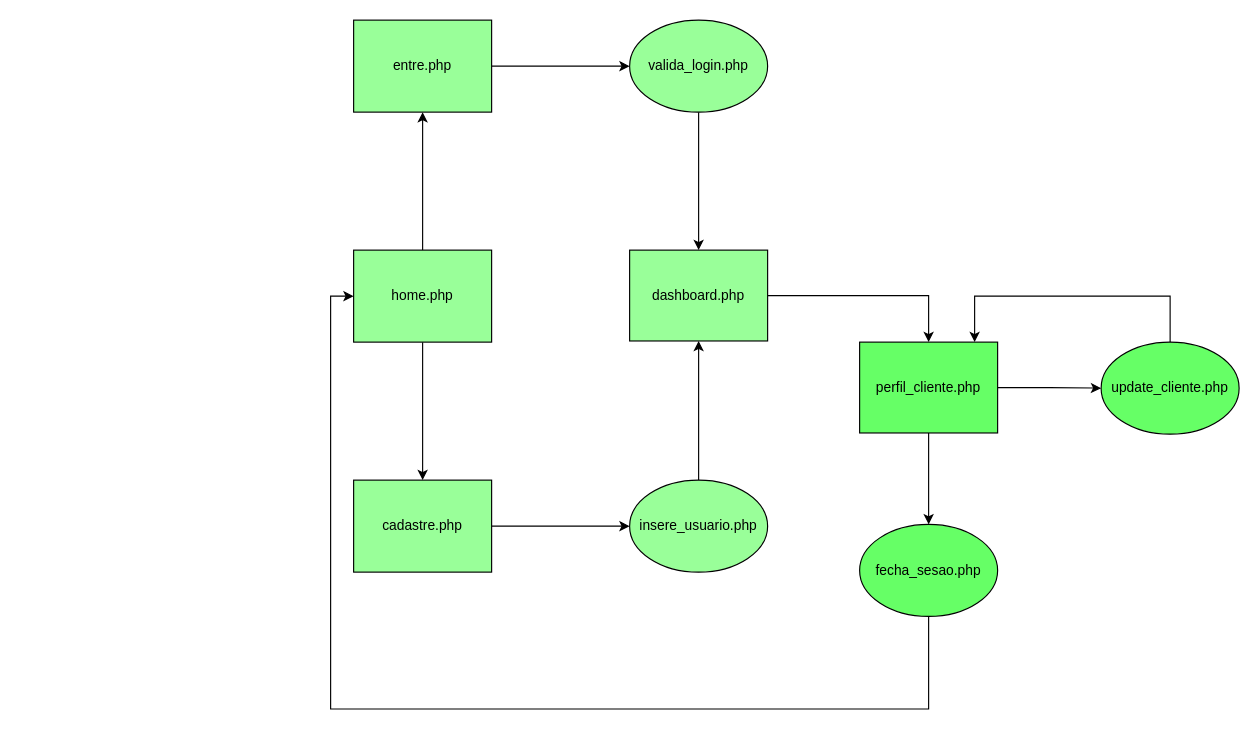
Estevaoferreira/tcc keeps this draw.io diagram as page "Cliente" (1 of 3) of diagramas/TCC - fluxo da aplicação.drawio. Above is the earlier version. Source tidied: cells renumbered, new cells numbered last; positions are measured from the earlier drawing's top-left corner, leaving out a move shared by most shapes. Both pictures are drawn from the tidied source at 115%, with x=0, y=0 at pixel (330, 20).
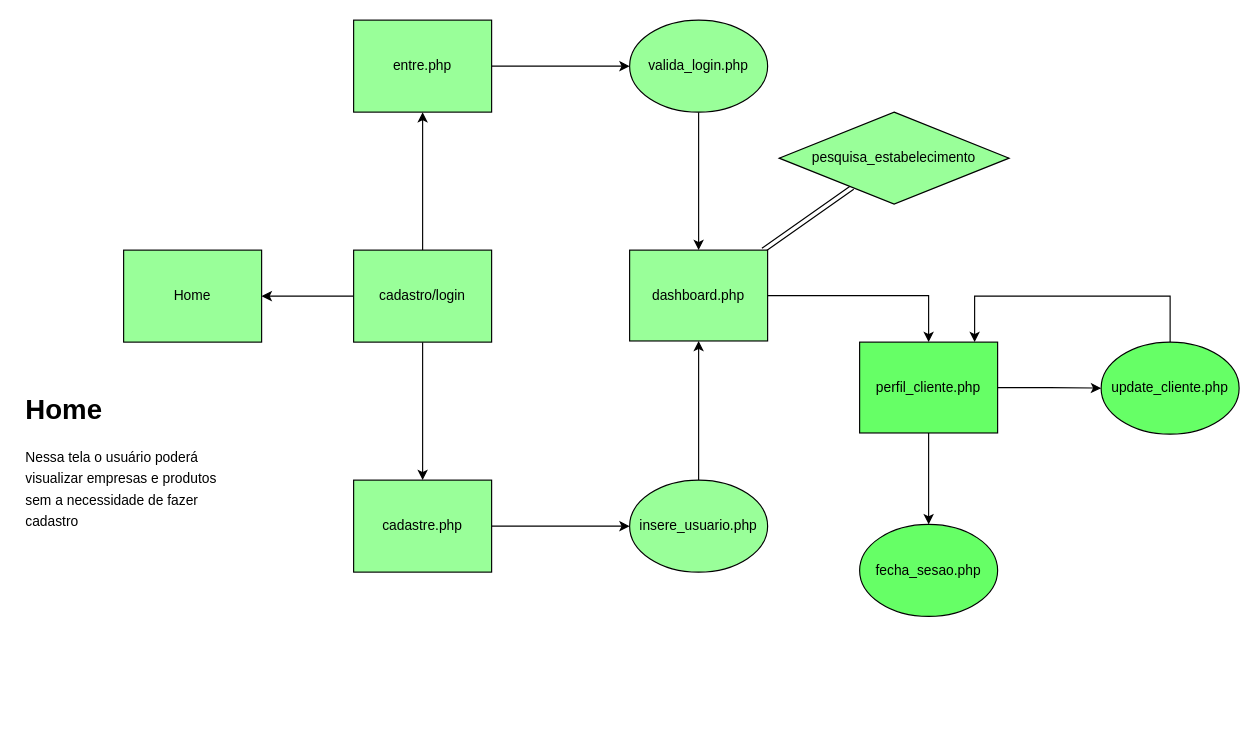
The same diagram, later.

The change refers to these unchanged cells:
```xml
<mxCell id="14" value="dashboard.php" style="whiteSpace=wrap;html=1;rounded=0;fillColor=#99FF99;" parent="1" vertex="1">
  <mxGeometry x="260" y="200" width="120" height="79" as="geometry" />
</mxCell>
<mxCell id="19" value="fecha_sesao.php" style="ellipse;whiteSpace=wrap;html=1;fillColor=#66FF66;rounded=0;" parent="1" vertex="1">
  <mxGeometry x="460" y="438.5" width="120" height="80" as="geometry" />
</mxCell>
```

Change to the diagram source:
```diff
@@
+    <mxCell id="22" style="edgeStyle=orthogonalEdgeStyle;rounded=0;jettySize=auto;html=1;" parent="1" edge="1" source="4" target="25">
+      <mxGeometry relative="1" as="geometry" />
+    </mxCell>
-    <mxCell id="4" value="home.php" style="rounded=0;whiteSpace=wrap;html=1;fillColor=#99FF99;" parent="1" vertex="1">
+    <mxCell id="4" value="cadastro/login" style="rounded=0;whiteSpace=wrap;html=1;fillColor=#99FF99;" parent="1" vertex="1">
       <mxGeometry x="20" y="200" width="120" height="80" as="geometry" />
     </mxCell>
@@
+    <mxCell id="23" style="rounded=0;jettySize=auto;html=1;shape=link;" parent="1" edge="1" source="14" target="24">
+      <mxGeometry relative="1" as="geometry" />
+    </mxCell>
@@
-    <mxCell id="18" style="edgeStyle=orthogonalEdgeStyle;rounded=0;jettySize=auto;html=1;entryX=0;entryY=0.5;entryDx=0;entryDy=0;" parent="1" edge="1" source="19" target="4">
-      <mxGeometry relative="1" as="geometry">
-        <Array as="points">
-          <mxPoint x="520" y="599" />
-          <mxPoint y="599" />
-          <mxPoint y="240" />
-        </Array>
-      </mxGeometry>
-    </mxCell>
@@
+    <mxCell id="24" value="pesquisa_estabelecimento" style="rhombus;whiteSpace=wrap;html=1;fillColor=#99FF99;rounded=0;" parent="1" vertex="1">
+      <mxGeometry x="390" y="80" width="200" height="80" as="geometry" />
+    </mxCell>
+    <mxCell id="25" value="Home" style="rounded=0;whiteSpace=wrap;html=1;fillColor=#99FF99;" parent="1" vertex="1">
+      <mxGeometry x="-180" y="200" width="120" height="80" as="geometry" />
+    </mxCell>
+    <mxCell id="26" value="&lt;h1&gt;&lt;span style=&quot;background-color: initial;&quot;&gt;Home&lt;/span&gt;&lt;/h1&gt;&lt;h1 style=&quot;line-height: 60%;&quot;&gt;&lt;span style=&quot;background-color: initial; font-size: 12px; font-weight: normal;&quot;&gt;Nessa tela o usuário poderá visualizar empresas e produtos sem a necessidade de fazer cadastro&lt;/span&gt;&lt;br&gt;&lt;/h1&gt;" style="text;html=1;strokeColor=none;fillColor=none;spacing=5;spacingTop=-20;whiteSpace=wrap;overflow=hidden;rounded=0;" parent="1" vertex="1">
+      <mxGeometry x="-270" y="318.5" width="190" height="141.5" as="geometry" />
+    </mxCell>
```
